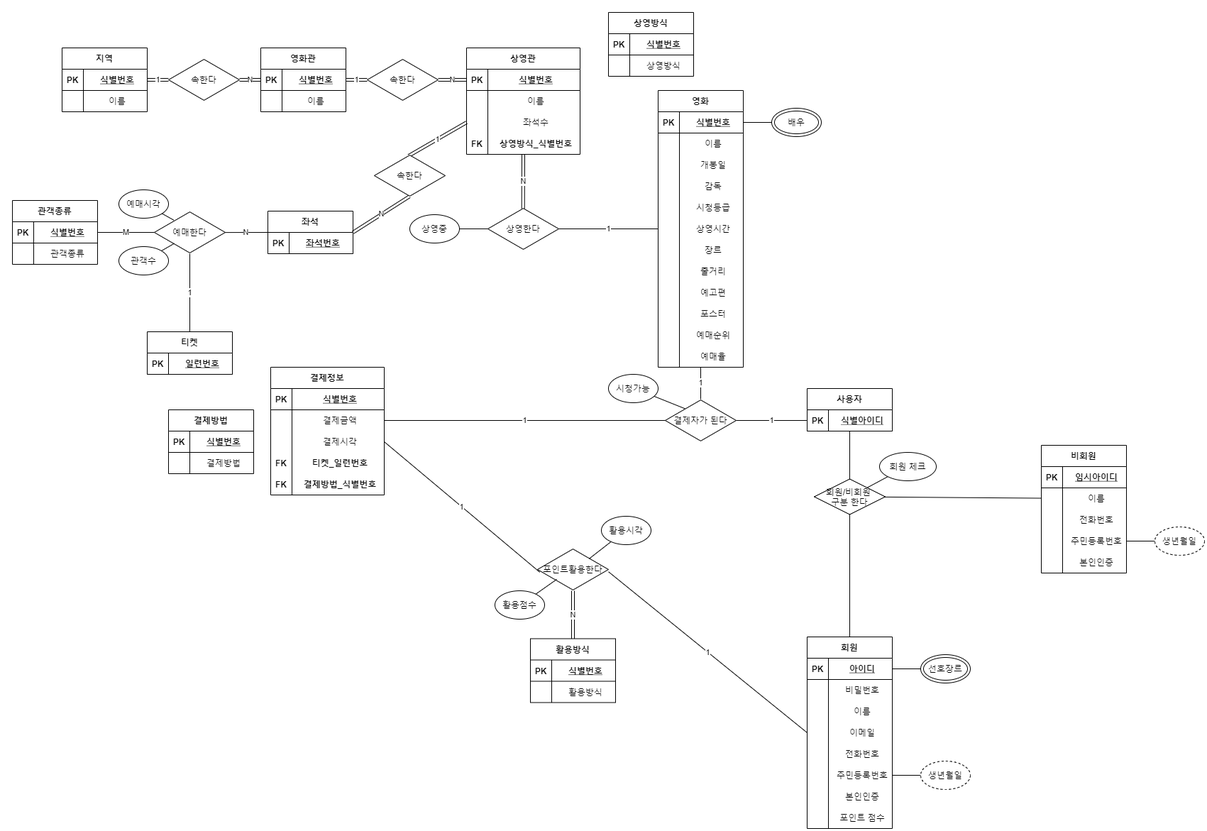
This is img/0513_step03.png from Cinema-System/My-Cinema, a draw.io export, as it was before one commit. Source tidied: cells renumbered, new cells last; positions are measured from the earlier drawing's top-left corner, leaving out a move shared by most shapes.
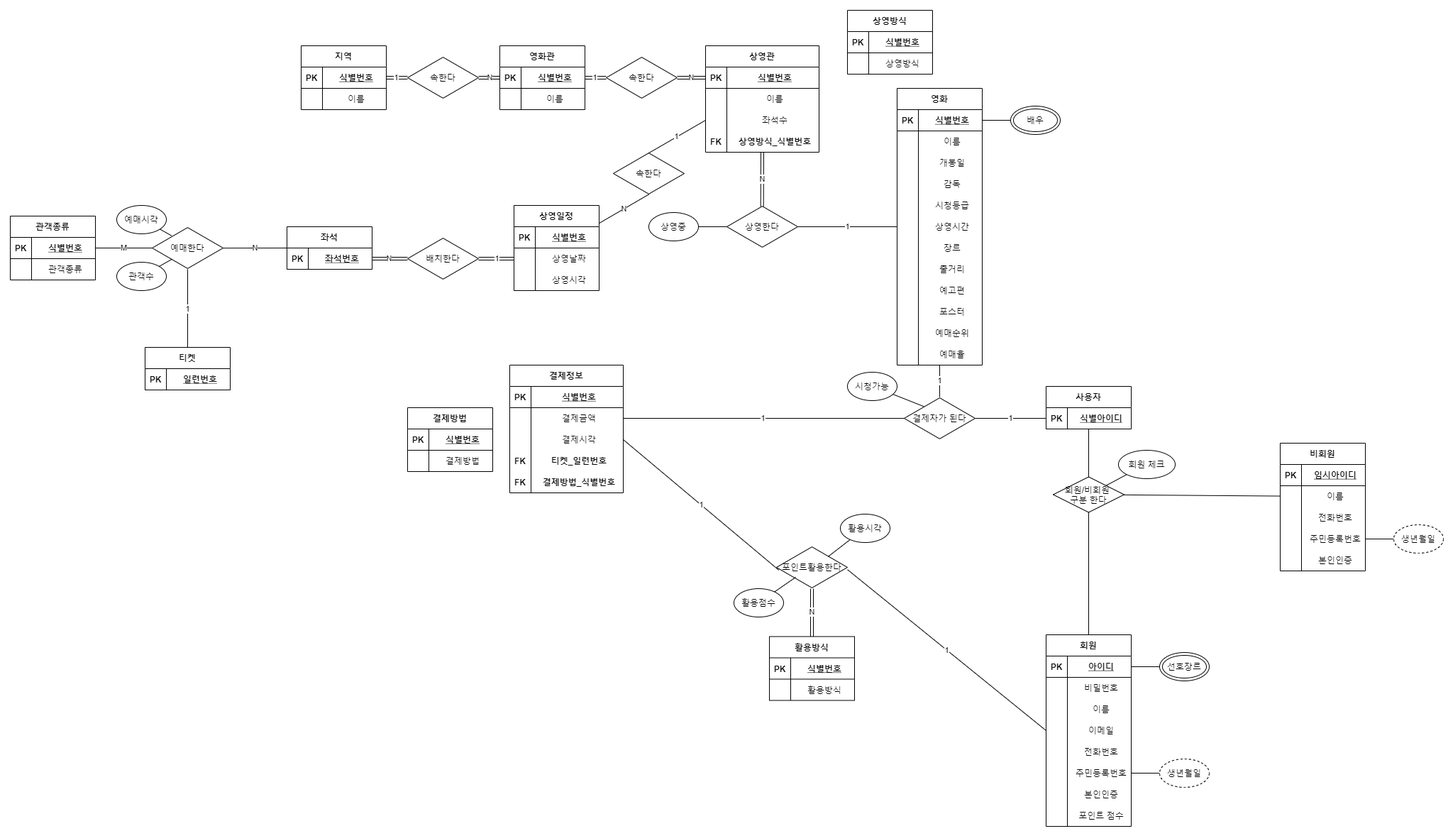
After the change.

Diff of the diagram source:
```diff
@@ -104,18 +104,6 @@
     <mxCell id="35" value="상영방식" style="shape=partialRectangle;fillColor=none;top=0;left=0;bottom=0;right=0;align=center;spacingLeft=6;overflow=hidden;" parent="33" vertex="1">
       <mxGeometry x="30" width="90" height="30" as="geometry" />
     </mxCell>
-    <mxCell id="36" value="좌석" style="shape=table;startSize=30;rowLines=0;fontStyle=1;align=center;" parent="1" vertex="1">
-      <mxGeometry x="360" y="280" width="120" height="60" as="geometry" />
-    </mxCell>
-    <mxCell id="37" style="shape=partialRectangle;fillColor=none;top=0;left=0;bottom=1;right=0;align=center;" parent="36" vertex="1">
-      <mxGeometry y="30" width="120" height="30" as="geometry" />
-    </mxCell>
-    <mxCell id="38" value="PK" style="shape=partialRectangle;fillColor=none;top=0;left=0;bottom=0;right=0;fontStyle=1;overflow=hidden;align=center;" parent="37" vertex="1">
-      <mxGeometry width="30" height="30" as="geometry" />
-    </mxCell>
-    <mxCell id="39" value="좌석번호" style="shape=partialRectangle;fillColor=none;top=0;left=0;bottom=0;right=0;align=center;spacingLeft=6;fontStyle=5;overflow=hidden;" parent="37" vertex="1">
-      <mxGeometry x="30" width="90" height="30" as="geometry" />
-    </mxCell>
     <mxCell id="40" value="1" style="edgeStyle=none;rounded=0;jettySize=auto;html=1;entryX=1;entryY=0.5;entryDx=0;entryDy=0;endArrow=none;endFill=0;strokeColor=#000000;shape=link;" parent="1" edge="1" source="42" target="3">
       <mxGeometry relative="1" as="geometry" />
     </mxCell>
@@ -134,72 +122,12 @@
     <mxCell id="45" value="속한다" style="html=1;whiteSpace=wrap;shape=isoRectangle;align=center;" parent="1" vertex="1">
       <mxGeometry x="500" y="65" width="100" height="60" as="geometry" />
     </mxCell>
-    <mxCell id="46" value="1" style="edgeStyle=none;rounded=0;jettySize=auto;html=1;entryX=0;entryY=0.5;entryDx=0;entryDy=0;endArrow=none;endFill=0;strokeColor=#000000;exitX=0.485;exitY=0.034;exitDx=0;exitDy=0;exitPerimeter=0;shape=link;" parent="1" edge="1" source="48" target="23">
+    <mxCell id="46" value="1" style="edgeStyle=none;rounded=0;jettySize=auto;html=1;entryX=0;entryY=0.5;entryDx=0;entryDy=0;endArrow=none;endFill=0;strokeColor=#000000;exitX=0.485;exitY=0.034;exitDx=0;exitDy=0;exitPerimeter=0;" parent="1" edge="1" source="48" target="23">
       <mxGeometry relative="1" as="geometry" />
     </mxCell>
-    <mxCell id="47" value="N" style="edgeStyle=none;rounded=0;jettySize=auto;html=1;entryX=1;entryY=0.5;entryDx=0;entryDy=0;endArrow=none;endFill=0;strokeColor=#000000;exitX=0.497;exitY=0.987;exitDx=0;exitDy=0;exitPerimeter=0;shape=link;" parent="1" edge="1" source="48" target="36">
-      <mxGeometry relative="1" as="geometry" />
-    </mxCell>
     <mxCell id="48" value="속한다" style="html=1;whiteSpace=wrap;shape=isoRectangle;align=center;" parent="1" vertex="1">
       <mxGeometry x="510" y="200" width="100" height="60" as="geometry" />
     </mxCell>
-    <mxCell id="49" value="N" style="edgeStyle=none;rounded=0;jettySize=auto;html=1;endArrow=none;endFill=0;strokeColor=#000000;entryX=0;entryY=0.5;entryDx=0;entryDy=0;exitX=0.993;exitY=0.502;exitDx=0;exitDy=0;exitPerimeter=0;" parent="1" edge="1" source="52" target="36">
-      <mxGeometry relative="1" as="geometry" />
-    </mxCell>
-    <mxCell id="50" value="M" style="edgeStyle=none;rounded=0;jettySize=auto;html=1;entryX=1;entryY=0.5;entryDx=0;entryDy=0;endArrow=none;endFill=0;strokeColor=#000000;" parent="1" edge="1" source="52" target="56">
-      <mxGeometry relative="1" as="geometry" />
-    </mxCell>
-    <mxCell id="51" value="1" style="edgeStyle=none;rounded=0;jettySize=auto;html=1;entryX=0.5;entryY=0;entryDx=0;entryDy=0;endArrow=none;endFill=0;strokeColor=#000000;" parent="1" edge="1" source="52" target="64">
-      <mxGeometry relative="1" as="geometry" />
-    </mxCell>
-    <mxCell id="52" value="예매한다" style="html=1;whiteSpace=wrap;shape=isoRectangle;align=center;" parent="1" vertex="1">
-      <mxGeometry x="200" y="280" width="100" height="60" as="geometry" />
-    </mxCell>
-    <mxCell id="53" style="edgeStyle=none;rounded=0;jettySize=auto;html=1;entryX=0.28;entryY=0.761;entryDx=0;entryDy=0;entryPerimeter=0;endArrow=none;endFill=0;strokeColor=#000000;" parent="1" edge="1" source="54" target="52">
-      <mxGeometry relative="1" as="geometry" />
-    </mxCell>
-    <mxCell id="54" value="관객수" style="ellipse;whiteSpace=wrap;html=1;align=center;" parent="1" vertex="1">
-      <mxGeometry x="150" y="330" width="70" height="40" as="geometry" />
-    </mxCell>
-    <mxCell id="55" value="관객종류" style="shape=table;startSize=30;rowLines=0;fontStyle=1;align=center;" parent="1" vertex="1">
-      <mxGeometry y="265" width="120" height="90" as="geometry" />
-    </mxCell>
-    <mxCell id="56" style="shape=partialRectangle;fillColor=none;top=0;left=0;bottom=1;right=0;points=[[0,0.5],[1,0.5]];portConstraint=eastwest;align=center;" parent="55" vertex="1">
-      <mxGeometry y="30" width="120" height="30" as="geometry" />
-    </mxCell>
-    <mxCell id="57" value="PK" style="shape=partialRectangle;fillColor=none;top=0;left=0;bottom=0;right=0;fontStyle=1;overflow=hidden;align=center;" parent="56" vertex="1">
-      <mxGeometry width="30" height="30" as="geometry" />
-    </mxCell>
-    <mxCell id="58" value="식별번호" style="shape=partialRectangle;fillColor=none;top=0;left=0;bottom=0;right=0;align=center;spacingLeft=6;fontStyle=5;overflow=hidden;" parent="56" vertex="1">
-      <mxGeometry x="30" width="90" height="30" as="geometry" />
-    </mxCell>
-    <mxCell id="59" style="shape=partialRectangle;fillColor=none;top=0;left=0;bottom=0;right=0;align=center;" parent="55" vertex="1">
-      <mxGeometry y="60" width="120" height="30" as="geometry" />
-    </mxCell>
-    <mxCell id="60" style="shape=partialRectangle;fillColor=none;top=0;left=0;bottom=0;right=0;overflow=hidden;align=center;" parent="59" vertex="1">
-      <mxGeometry width="30" height="30" as="geometry" />
-    </mxCell>
-    <mxCell id="61" value="관객종류" style="shape=partialRectangle;fillColor=none;top=0;left=0;bottom=0;right=0;align=center;spacingLeft=6;overflow=hidden;" parent="59" vertex="1">
-      <mxGeometry x="30" width="90" height="30" as="geometry" />
-    </mxCell>
-    <mxCell id="62" style="edgeStyle=none;rounded=0;jettySize=auto;html=1;entryX=0.274;entryY=0.212;entryDx=0;entryDy=0;entryPerimeter=0;endArrow=none;endFill=0;strokeColor=#000000;" parent="1" edge="1" source="63" target="52">
-      <mxGeometry relative="1" as="geometry" />
-    </mxCell>
-    <mxCell id="63" value="예매시각" style="ellipse;whiteSpace=wrap;html=1;align=center;" parent="1" vertex="1">
-      <mxGeometry x="150" y="250" width="70" height="40" as="geometry" />
-    </mxCell>
-    <mxCell id="64" value="티켓" style="shape=table;startSize=30;rowLines=0;fontStyle=1;align=center;" parent="1" vertex="1">
-      <mxGeometry x="190" y="450" width="120" height="60" as="geometry" />
-    </mxCell>
-    <mxCell id="65" style="shape=partialRectangle;fillColor=none;top=0;left=0;bottom=1;right=0;align=center;" parent="64" vertex="1">
-      <mxGeometry y="30" width="120" height="30" as="geometry" />
-    </mxCell>
-    <mxCell id="66" value="PK" style="shape=partialRectangle;fillColor=none;top=0;left=0;bottom=0;right=0;fontStyle=1;overflow=hidden;align=center;" parent="65" vertex="1">
-      <mxGeometry width="30" height="30" as="geometry" />
-    </mxCell>
-    <mxCell id="67" value="일련번호" style="shape=partialRectangle;fillColor=none;top=0;left=0;bottom=0;right=0;align=center;spacingLeft=6;fontStyle=5;overflow=hidden;" parent="65" vertex="1">
-      <mxGeometry x="30" width="90" height="30" as="geometry" />
-    </mxCell>
     <mxCell id="68" value="결제방법" style="shape=table;startSize=30;rowLines=0;fontStyle=1;align=center;" parent="1" vertex="1">
       <mxGeometry x="220" y="560" width="120" height="90" as="geometry" />
     </mxCell>
@@ -639,5 +567,116 @@
     <mxCell id="212" value="활용방식" style="shape=partialRectangle;fillColor=none;top=0;left=0;bottom=0;right=0;align=center;spacingLeft=6;overflow=hidden;" parent="210" vertex="1">
       <mxGeometry x="30" width="90" height="30" as="geometry" />
     </mxCell>
+    <mxCell id="36" value="좌석" style="shape=table;startSize=30;rowLines=0;fontStyle=1;align=center;" parent="1" vertex="1">
+      <mxGeometry x="50" y="305" width="120" height="60" as="geometry" />
+    </mxCell>
+    <mxCell id="213" style="shape=partialRectangle;fillColor=none;top=0;left=0;bottom=1;right=0;points=[[0,0.5],[1,0.5]];portConstraint=eastwest;align=center;" parent="36" vertex="1">
+      <mxGeometry y="30" width="120" height="30" as="geometry" />
+    </mxCell>
+    <mxCell id="214" value="PK" style="shape=partialRectangle;fillColor=none;top=0;left=0;bottom=0;right=0;fontStyle=1;overflow=hidden;align=center;" parent="213" vertex="1">
+      <mxGeometry width="30" height="30" as="geometry" />
+    </mxCell>
+    <mxCell id="39" value="좌석번호" style="shape=partialRectangle;fillColor=none;top=0;left=0;bottom=0;right=0;align=center;spacingLeft=6;fontStyle=5;overflow=hidden;" parent="213" vertex="1">
+      <mxGeometry x="30" width="90" height="30" as="geometry" />
+    </mxCell>
+    <mxCell id="49" value="N" style="edgeStyle=none;rounded=0;jettySize=auto;html=1;endArrow=none;endFill=0;strokeColor=#000000;entryX=0;entryY=0.5;entryDx=0;entryDy=0;exitX=0.993;exitY=0.502;exitDx=0;exitDy=0;exitPerimeter=0;" parent="1" edge="1" source="52" target="36">
+      <mxGeometry relative="1" as="geometry" />
+    </mxCell>
+    <mxCell id="50" value="M" style="edgeStyle=none;rounded=0;jettySize=auto;html=1;entryX=1;entryY=0.5;entryDx=0;entryDy=0;endArrow=none;endFill=0;strokeColor=#000000;" parent="1" edge="1" source="52" target="215">
+      <mxGeometry relative="1" as="geometry" />
+    </mxCell>
+    <mxCell id="51" value="1" style="edgeStyle=none;rounded=0;jettySize=auto;html=1;entryX=0.5;entryY=0;entryDx=0;entryDy=0;endArrow=none;endFill=0;strokeColor=#000000;" parent="1" edge="1" source="52" target="64">
+      <mxGeometry relative="1" as="geometry" />
+    </mxCell>
+    <mxCell id="52" value="예매한다" style="html=1;whiteSpace=wrap;shape=isoRectangle;align=center;" parent="1" vertex="1">
+      <mxGeometry x="-140" y="305" width="100" height="60" as="geometry" />
+    </mxCell>
+    <mxCell id="53" style="edgeStyle=none;rounded=0;jettySize=auto;html=1;entryX=0.28;entryY=0.761;entryDx=0;entryDy=0;entryPerimeter=0;endArrow=none;endFill=0;strokeColor=#000000;" parent="1" edge="1" source="54" target="52">
+      <mxGeometry relative="1" as="geometry" />
+    </mxCell>
+    <mxCell id="54" value="관객수" style="ellipse;whiteSpace=wrap;html=1;align=center;" parent="1" vertex="1">
+      <mxGeometry x="-190" y="355" width="70" height="40" as="geometry" />
+    </mxCell>
+    <mxCell id="55" value="관객종류" style="shape=table;startSize=30;rowLines=0;fontStyle=1;align=center;" parent="1" vertex="1">
+      <mxGeometry x="-340" y="290" width="120" height="90" as="geometry" />
+    </mxCell>
+    <mxCell id="215" style="shape=partialRectangle;fillColor=none;top=0;left=0;bottom=1;right=0;points=[[0,0.5],[1,0.5]];portConstraint=eastwest;align=center;" parent="55" vertex="1">
+      <mxGeometry y="30" width="120" height="30" as="geometry" />
+    </mxCell>
+    <mxCell id="216" value="PK" style="shape=partialRectangle;fillColor=none;top=0;left=0;bottom=0;right=0;fontStyle=1;overflow=hidden;align=center;" parent="215" vertex="1">
+      <mxGeometry width="30" height="30" as="geometry" />
+    </mxCell>
+    <mxCell id="217" value="식별번호" style="shape=partialRectangle;fillColor=none;top=0;left=0;bottom=0;right=0;align=center;spacingLeft=6;fontStyle=5;overflow=hidden;" parent="215" vertex="1">
+      <mxGeometry x="30" width="90" height="30" as="geometry" />
+    </mxCell>
+    <mxCell id="218" style="shape=partialRectangle;fillColor=none;top=0;left=0;bottom=0;right=0;align=center;" parent="55" vertex="1">
+      <mxGeometry y="60" width="120" height="30" as="geometry" />
+    </mxCell>
+    <mxCell id="219" style="shape=partialRectangle;fillColor=none;top=0;left=0;bottom=0;right=0;overflow=hidden;align=center;" parent="218" vertex="1">
+      <mxGeometry width="30" height="30" as="geometry" />
+    </mxCell>
+    <mxCell id="61" value="관객종류" style="shape=partialRectangle;fillColor=none;top=0;left=0;bottom=0;right=0;align=center;spacingLeft=6;overflow=hidden;" parent="218" vertex="1">
+      <mxGeometry x="30" width="90" height="30" as="geometry" />
+    </mxCell>
+    <mxCell id="62" style="edgeStyle=none;rounded=0;jettySize=auto;html=1;entryX=0.274;entryY=0.212;entryDx=0;entryDy=0;entryPerimeter=0;endArrow=none;endFill=0;strokeColor=#000000;" parent="1" edge="1" source="63" target="52">
+      <mxGeometry relative="1" as="geometry" />
+    </mxCell>
+    <mxCell id="63" value="예매시각" style="ellipse;whiteSpace=wrap;html=1;align=center;" parent="1" vertex="1">
+      <mxGeometry x="-190" y="275" width="70" height="40" as="geometry" />
+    </mxCell>
+    <mxCell id="64" value="티켓" style="shape=table;startSize=30;rowLines=0;fontStyle=1;align=center;" parent="1" vertex="1">
+      <mxGeometry x="-150" y="475" width="120" height="60" as="geometry" />
+    </mxCell>
+    <mxCell id="220" style="shape=partialRectangle;fillColor=none;top=0;left=0;bottom=1;right=0;align=center;" parent="64" vertex="1">
+      <mxGeometry y="30" width="120" height="30" as="geometry" />
+    </mxCell>
+    <mxCell id="221" value="PK" style="shape=partialRectangle;fillColor=none;top=0;left=0;bottom=0;right=0;fontStyle=1;overflow=hidden;align=center;" parent="220" vertex="1">
+      <mxGeometry width="30" height="30" as="geometry" />
+    </mxCell>
+    <mxCell id="67" value="일련번호" style="shape=partialRectangle;fillColor=none;top=0;left=0;bottom=0;right=0;align=center;spacingLeft=6;fontStyle=5;overflow=hidden;" parent="220" vertex="1">
+      <mxGeometry x="30" width="90" height="30" as="geometry" />
+    </mxCell>
+    <mxCell id="222" value="N" style="edgeStyle=none;rounded=0;jettySize=auto;html=1;endArrow=none;endFill=0;entryX=0.502;entryY=0.989;entryDx=0;entryDy=0;entryPerimeter=0;" parent="1" edge="1" source="223" target="48">
+      <mxGeometry relative="1" as="geometry" />
+    </mxCell>
+    <mxCell id="223" value="상영일정" style="shape=table;startSize=30;rowLines=0;fontStyle=1;align=center;" parent="1" vertex="1">
+      <mxGeometry x="370" y="275" width="120" height="120" as="geometry" />
+    </mxCell>
+    <mxCell id="224" style="shape=partialRectangle;fillColor=none;top=0;left=0;bottom=1;right=0;align=center;" parent="223" vertex="1">
+      <mxGeometry y="30" width="120" height="30" as="geometry" />
+    </mxCell>
+    <mxCell id="225" value="PK" style="shape=partialRectangle;fillColor=none;top=0;left=0;bottom=0;right=0;fontStyle=1;overflow=hidden;align=center;" parent="224" vertex="1">
+      <mxGeometry width="30" height="30" as="geometry" />
+    </mxCell>
+    <mxCell id="226" value="식별번호" style="shape=partialRectangle;fillColor=none;top=0;left=0;bottom=0;right=0;align=center;spacingLeft=6;fontStyle=5;overflow=hidden;" parent="224" vertex="1">
+      <mxGeometry x="30" width="90" height="30" as="geometry" />
+    </mxCell>
+    <mxCell id="227" style="shape=partialRectangle;fillColor=none;top=0;left=0;bottom=0;right=0;points=[[0,0.5],[1,0.5]];portConstraint=eastwest;align=center;" parent="223" vertex="1">
+      <mxGeometry y="60" width="120" height="30" as="geometry" />
+    </mxCell>
+    <mxCell id="228" style="shape=partialRectangle;fillColor=none;top=0;left=0;bottom=0;right=0;overflow=hidden;align=center;" parent="227" vertex="1">
+      <mxGeometry width="30" height="30" as="geometry" />
+    </mxCell>
+    <mxCell id="229" value="상영날짜" style="shape=partialRectangle;fillColor=none;top=0;left=0;bottom=0;right=0;align=center;spacingLeft=6;overflow=hidden;" parent="227" vertex="1">
+      <mxGeometry x="30" width="90" height="30" as="geometry" />
+    </mxCell>
+    <mxCell id="230" style="shape=partialRectangle;fillColor=none;top=0;left=0;bottom=0;right=0;align=center;" parent="223" vertex="1">
+      <mxGeometry y="90" width="120" height="30" as="geometry" />
+    </mxCell>
+    <mxCell id="231" style="shape=partialRectangle;fillColor=none;top=0;left=0;bottom=0;right=0;overflow=hidden;align=center;" parent="230" vertex="1">
+      <mxGeometry width="30" height="30" as="geometry" />
+    </mxCell>
+    <mxCell id="232" value="상영시각" style="shape=partialRectangle;fillColor=none;top=0;left=0;bottom=0;right=0;align=center;spacingLeft=6;overflow=hidden;" parent="230" vertex="1">
+      <mxGeometry x="30" width="90" height="30" as="geometry" />
+    </mxCell>
+    <mxCell id="233" value="1" style="edgeStyle=none;shape=link;rounded=0;jettySize=auto;html=1;entryX=0;entryY=0.5;entryDx=0;entryDy=0;endArrow=none;endFill=0;" parent="1" edge="1" source="235" target="227">
+      <mxGeometry relative="1" as="geometry" />
+    </mxCell>
+    <mxCell id="234" value="N" style="edgeStyle=none;shape=link;rounded=0;jettySize=auto;html=1;entryX=1;entryY=0.5;entryDx=0;entryDy=0;endArrow=none;endFill=0;" parent="1" edge="1" source="235" target="213">
+      <mxGeometry relative="1" as="geometry" />
+    </mxCell>
+    <mxCell id="235" value="배치한다" style="html=1;whiteSpace=wrap;shape=isoRectangle;align=center;" parent="1" vertex="1">
+      <mxGeometry x="220" y="320" width="100" height="60" as="geometry" />
+    </mxCell>
   </root>
 </mxGraphModel>
```
